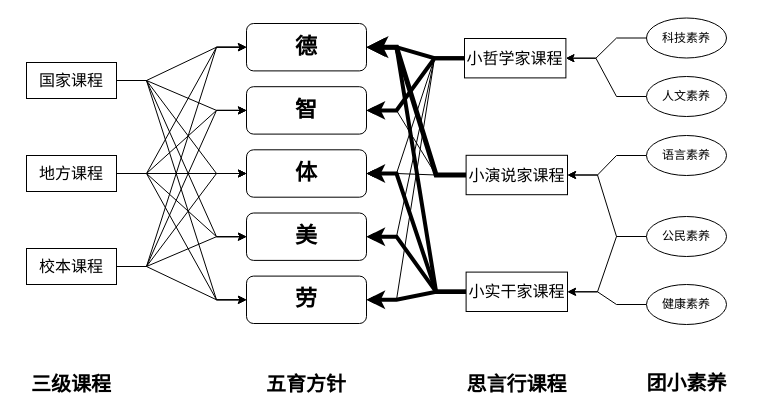
Above: 未命名表单.drawio in cmldyu/bourdieu.github.io (draw.io), before the change. Source tidied: cells renumbered, new cells numbered last; positions are measured from the earlier drawing's top-left corner, leaving out a move shared by most shapes. Both pictures are drawn from the tidied source at 100%, with x=0, y=0 at pixel (17, 17).
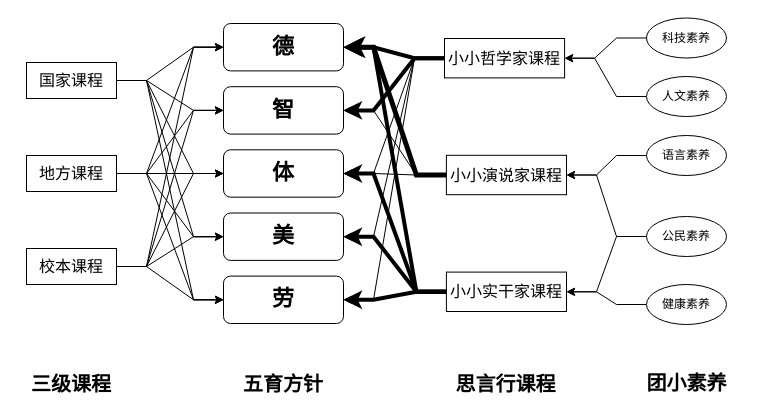
After the change.

Commit message:
更新未命名表单.drawio

Unchanged cells that the change refers to:
```xml
<mxCell id="5" value="体" style="rounded=1;whiteSpace=wrap;html=1;fontSize=22;fontStyle=1;" parent="2" vertex="1">
  <mxGeometry y="126.3" width="120" height="47.4" as="geometry" />
</mxCell>
<mxCell id="25" value="地方课程" style="rounded=0;whiteSpace=wrap;html=1;fontSize=16;" parent="23" vertex="1">
  <mxGeometry y="93" width="90" height="36" as="geometry" />
</mxCell>
```

What changed in the source:
```diff
@@
     <mxCell id="2" style="group;fontSize=22;fontStyle=1;" parent="1" vertex="1">
-      <mxGeometry x="229" y="6" width="120" height="300" as="geometry" />
+      <mxGeometry x="206" y="6" width="120" height="300" as="geometry" />
     </mxCell>
@@
-    <mxCell id="15" style="edgeStyle=entityRelationEdgeStyle;rounded=0;jettySize=auto;html=1;fontSize=16;" parent="1" edge="1" source="25">
-      <mxGeometry relative="1" as="geometry">
-        <mxPoint x="229" y="156" as="targetPoint" />
-      </mxGeometry>
+    <mxCell id="15" style="edgeStyle=entityRelationEdgeStyle;rounded=0;jettySize=auto;html=1;fontSize=16;entryX=0;entryY=0.5;entryDx=0;entryDy=0;" parent="1" edge="1" source="25" target="5">
+      <mxGeometry relative="1" as="geometry" />
     </mxCell>
@@
     <mxCell id="34" value="五育方针" style="text;html=1;strokeColor=none;fillColor=none;align=center;verticalAlign=middle;whiteSpace=wrap;rounded=0;fontSize=20;fontStyle=1;" parent="1" vertex="1">
-      <mxGeometry x="239" y="356" width="100" height="20" as="geometry" />
+      <mxGeometry x="216" y="356" width="100" height="20" as="geometry" />
     </mxCell>
     <mxCell id="35" value="思言行课程" style="text;html=1;strokeColor=none;fillColor=none;align=center;verticalAlign=middle;whiteSpace=wrap;rounded=0;fontSize=20;fontStyle=1;" parent="1" vertex="1">
-      <mxGeometry x="443" y="356" width="113" height="20" as="geometry" />
+      <mxGeometry x="431.5" y="356" width="113" height="20" as="geometry" />
     </mxCell>
@@
-    <mxCell id="42" style="group;" parent="1" vertex="1">
-      <mxGeometry x="447" y="21" width="103" height="273" as="geometry" />
+    <mxCell id="42" style="group;fontSize=6;" parent="1" vertex="1">
+      <mxGeometry x="427" y="21" width="122" height="273" as="geometry" />
     </mxCell>
-    <mxCell id="43" style="group;" parent="42" vertex="1">
-      <mxGeometry x="1.6" y="8.3" width="101.4" height="264.7" as="geometry" />
+    <mxCell id="43" style="group;fontSize=6;" parent="42" vertex="1">
+      <mxGeometry x="1.9" y="8.3" width="120.1" height="264.7" as="geometry" />
     </mxCell>
-    <mxCell id="44" style="group;" parent="43" vertex="1">
-      <mxGeometry y="108.5" width="101.4" height="156.2" as="geometry" />
+    <mxCell id="44" style="group;fontSize=6;" parent="43" vertex="1">
+      <mxGeometry y="108.5" width="120.1" height="156.2" as="geometry" />
     </mxCell>
-    <mxCell id="45" value="小演说家课程" style="rounded=0;whiteSpace=wrap;html=1;fontSize=16;flipV=1;" parent="44" vertex="1">
-      <mxGeometry width="101.4" height="39.4" as="geometry" />
+    <mxCell id="45" value="小小演说家课程" style="rounded=0;whiteSpace=wrap;html=1;fontSize=16;flipV=1;" parent="44" vertex="1">
+      <mxGeometry width="120.1" height="39.4" as="geometry" />
     </mxCell>
-    <mxCell id="46" value="小实干家课程" style="rounded=0;whiteSpace=wrap;html=1;fontSize=16;flipV=1;" parent="44" vertex="1">
-      <mxGeometry y="116.8" width="101.4" height="39.4" as="geometry" />
+    <mxCell id="46" value="小小实干家课程" style="rounded=0;whiteSpace=wrap;html=1;fontSize=16;flipV=1;" parent="44" vertex="1">
+      <mxGeometry y="116.8" width="120.1" height="39.4" as="geometry" />
     </mxCell>
-    <mxCell id="47" value="小哲学家课程" style="rounded=0;whiteSpace=wrap;html=1;fontSize=16;flipV=1;" parent="42" vertex="1">
-      <mxGeometry width="101.4" height="39.4" as="geometry" />
+    <mxCell id="47" value="小小哲学家课程" style="rounded=0;whiteSpace=wrap;html=1;fontSize=16;flipV=1;" parent="42" vertex="1">
+      <mxGeometry width="120.1" height="39.4" as="geometry" />
     </mxCell>
```
